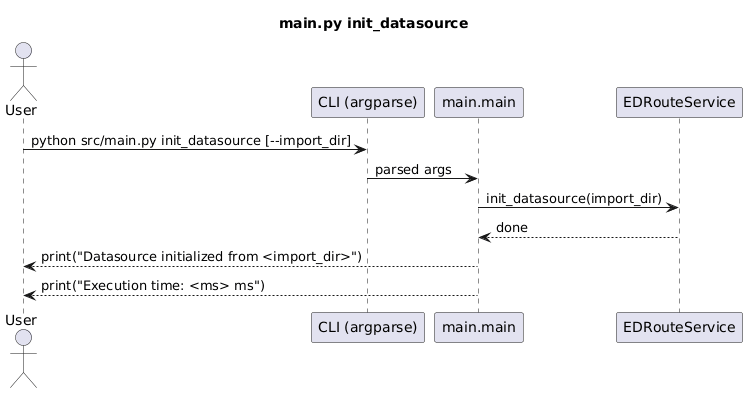
fazleskhan/elite_dangerous_discord_tools keeps this PlantUML diagram as docs/main_sequences/main_init_datasource.png. Above is the earlier version. Its diagram source:
```plantuml
@startuml
title main.py init_datasource
actor User
participant "CLI (argparse)" as CLI
participant "main.main" as Main
participant "EDRouteService" as Route

User -> CLI : python src/main.py init_datasource [--import_dir]
CLI -> Main : parsed args
Main -> Route : init_datasource(import_dir)
Route --> Main : done
Main --> User : print("Datasource initialized from <import_dir>")
Main --> User : print("Execution time: <ms> ms")
@enduml
```
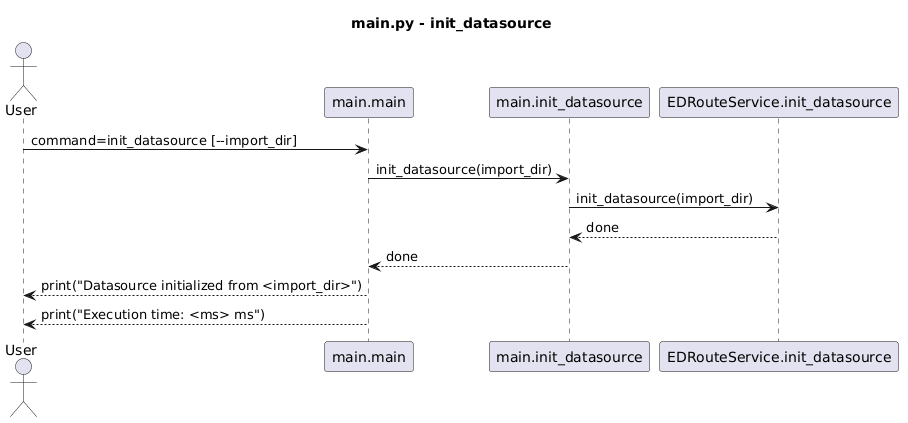
The same diagram one commit later.

The edit, as a diff of the source:
```diff
@@ -1,14 +1,16 @@
 @startuml
-title main.py init_datasource
+title main.py - init_datasource
+
 actor User
-participant "CLI (argparse)" as CLI
 participant "main.main" as Main
-participant "EDRouteService" as Route
+participant "main.init_datasource" as Init
+participant "EDRouteService.init_datasource" as Route
 
-User -> CLI : python src/main.py init_datasource [--import_dir]
-CLI -> Main : parsed args
-Main -> Route : init_datasource(import_dir)
-Route --> Main : done
+User -> Main : command=init_datasource [--import_dir]
+Main -> Init : init_datasource(import_dir)
+Init -> Route : init_datasource(import_dir)
+Route --> Init : done
+Init --> Main : done
 Main --> User : print("Datasource initialized from <import_dir>")
 Main --> User : print("Execution time: <ms> ms")
 @enduml
```
